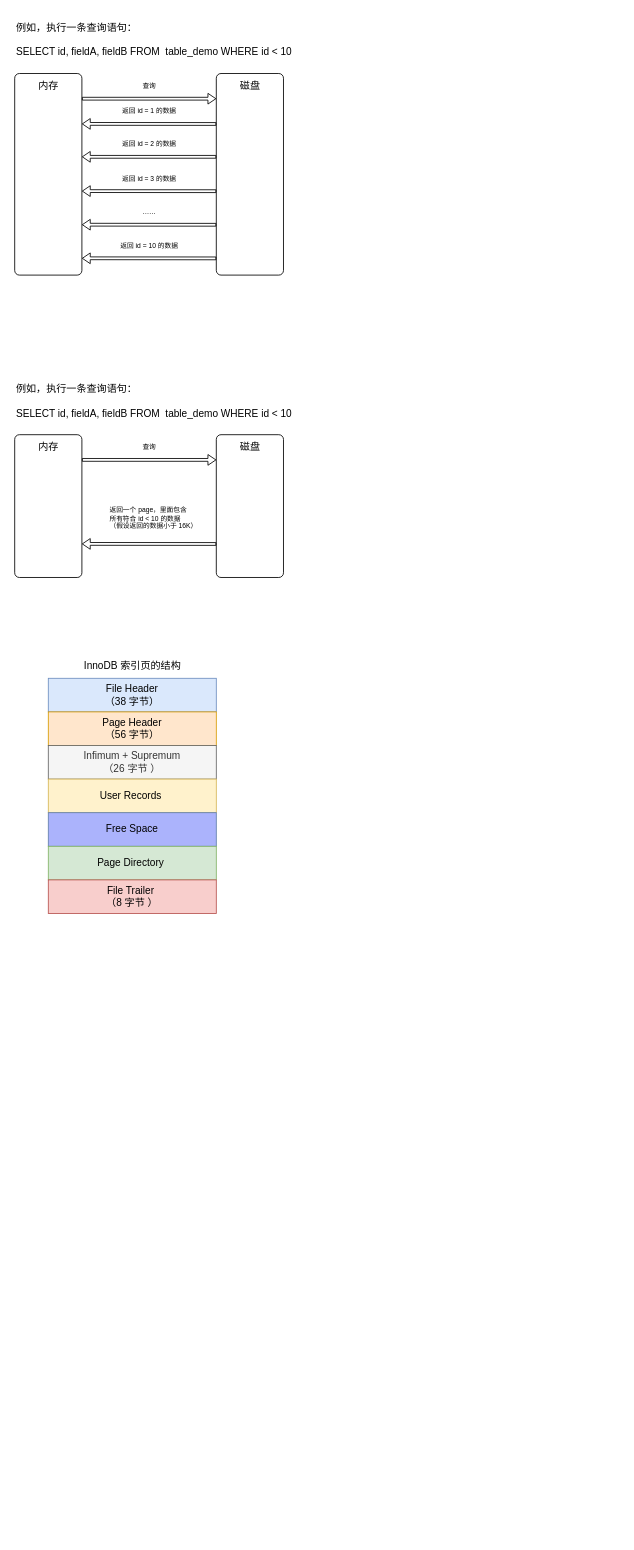
Above: MySQL 的 Page 结构/MySQL 的 Page 结构.drawio in zero-97/picture-of-the-article (draw.io), before the change. Source tidied: cells renumbered, new cells numbered last; positions are measured from the earlier drawing's top-left corner, leaving out a move shared by most shapes. Both pictures are drawn from the tidied source at 84%, with x=0, y=0 at pixel (14, 14).
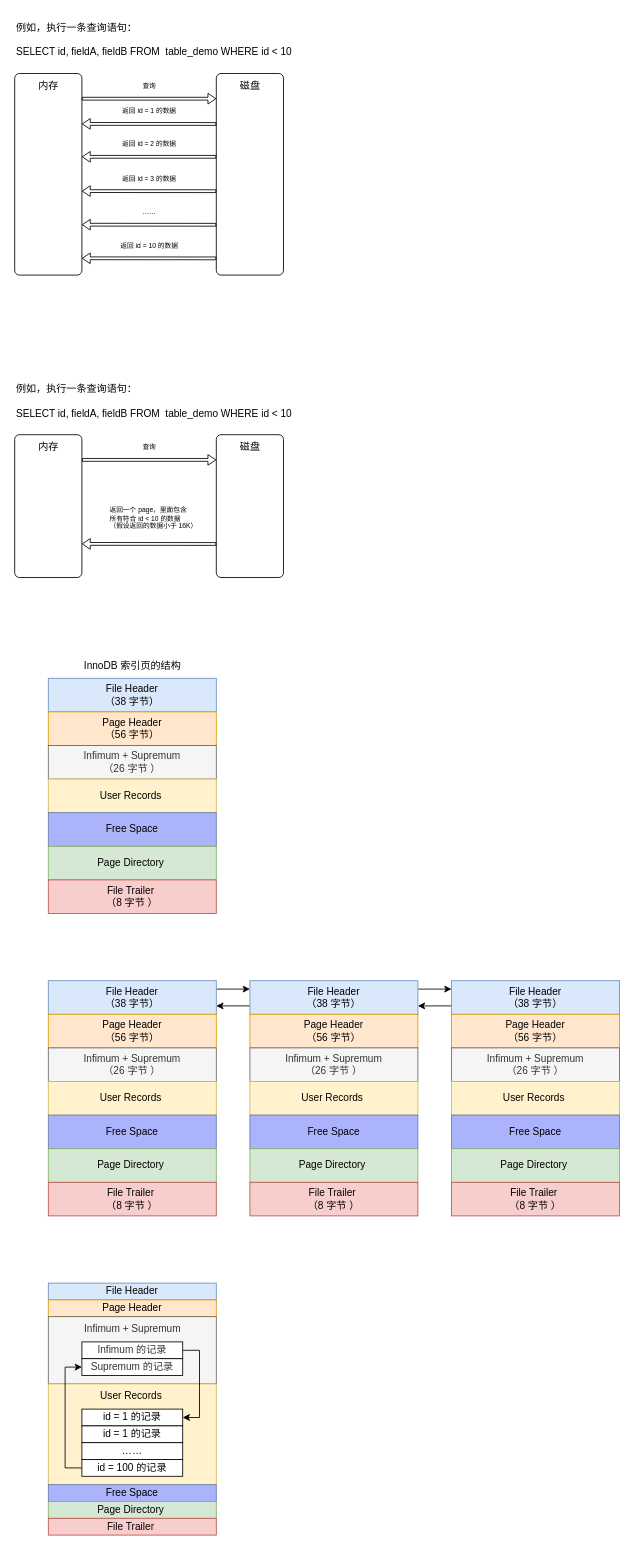
Above is the later version.

The edit, as a diff of the source:
```diff
@@
+    <mxCell id="36" style="edgeStyle=orthogonalEdgeStyle;rounded=0;jettySize=auto;html=1;exitX=1;exitY=0.25;exitDx=0;exitDy=0;entryX=0;entryY=0.25;entryDx=0;entryDy=0;" parent="1" edge="1" source="37" target="46">
+      <mxGeometry relative="1" as="geometry" />
+    </mxCell>
+    <mxCell id="37" value="File Header&lt;br&gt;（38 字节）" style="rounded=0;whiteSpace=wrap;html=1;fillColor=#dae8fc;strokeColor=#6c8ebf;" parent="1" vertex="1">
+      <mxGeometry x="40" y="1150" width="200" height="40" as="geometry" />
+    </mxCell>
+    <mxCell id="38" value="Page Header&lt;br&gt;（56 字节）" style="rounded=0;whiteSpace=wrap;html=1;fillColor=#ffe6cc;strokeColor=#d79b00;" parent="1" vertex="1">
+      <mxGeometry x="40" y="1190" width="200" height="40" as="geometry" />
+    </mxCell>
+    <mxCell id="39" value="Infimum + Supremum&lt;br&gt;（26 字节 ）" style="rounded=0;whiteSpace=wrap;html=1;fillColor=#f5f5f5;fontColor=#333333;strokeColor=#666666;" parent="1" vertex="1">
+      <mxGeometry x="40" y="1230" width="200" height="40" as="geometry" />
+    </mxCell>
+    <mxCell id="40" value="User Records&amp;nbsp;" style="rounded=0;whiteSpace=wrap;html=1;fillColor=#fff2cc;strokeColor=#d6b656;" parent="1" vertex="1">
+      <mxGeometry x="40" y="1270" width="200" height="40" as="geometry" />
+    </mxCell>
+    <mxCell id="41" value="Free Space" style="rounded=0;whiteSpace=wrap;html=1;fillColor=#ABB3FC;strokeColor=#617FAB;" parent="1" vertex="1">
+      <mxGeometry x="40" y="1310" width="200" height="40" as="geometry" />
+    </mxCell>
+    <mxCell id="42" value="Page Directory&amp;nbsp;" style="rounded=0;whiteSpace=wrap;html=1;fillColor=#d5e8d4;strokeColor=#82b366;" parent="1" vertex="1">
+      <mxGeometry x="40" y="1350" width="200" height="40" as="geometry" />
+    </mxCell>
+    <mxCell id="43" value="File Trailer&amp;nbsp;&lt;br&gt;（8 字节 ）" style="rounded=0;whiteSpace=wrap;html=1;fillColor=#f8cecc;strokeColor=#b85450;" parent="1" vertex="1">
+      <mxGeometry x="40" y="1390" width="200" height="40" as="geometry" />
+    </mxCell>
+    <mxCell id="44" style="edgeStyle=orthogonalEdgeStyle;rounded=0;jettySize=auto;html=1;exitX=1;exitY=0.25;exitDx=0;exitDy=0;entryX=0;entryY=0.25;entryDx=0;entryDy=0;" parent="1" edge="1" source="46" target="54">
+      <mxGeometry relative="1" as="geometry" />
+    </mxCell>
+    <mxCell id="45" style="edgeStyle=orthogonalEdgeStyle;rounded=0;jettySize=auto;html=1;entryX=1;entryY=0.75;entryDx=0;entryDy=0;exitX=0;exitY=0.75;exitDx=0;exitDy=0;" parent="1" edge="1" source="46" target="37">
+      <mxGeometry relative="1" as="geometry" />
+    </mxCell>
+    <mxCell id="46" value="File Header&lt;br&gt;（38 字节）" style="rounded=0;whiteSpace=wrap;html=1;fillColor=#dae8fc;strokeColor=#6c8ebf;" parent="1" vertex="1">
+      <mxGeometry x="280" y="1150" width="200" height="40" as="geometry" />
+    </mxCell>
+    <mxCell id="47" value="Page Header&lt;br&gt;（56 字节）" style="rounded=0;whiteSpace=wrap;html=1;fillColor=#ffe6cc;strokeColor=#d79b00;" parent="1" vertex="1">
+      <mxGeometry x="280" y="1190" width="200" height="40" as="geometry" />
+    </mxCell>
+    <mxCell id="48" value="Infimum + Supremum&lt;br&gt;（26 字节 ）" style="rounded=0;whiteSpace=wrap;html=1;fillColor=#f5f5f5;fontColor=#333333;strokeColor=#666666;" parent="1" vertex="1">
+      <mxGeometry x="280" y="1230" width="200" height="40" as="geometry" />
+    </mxCell>
+    <mxCell id="49" value="User Records&amp;nbsp;" style="rounded=0;whiteSpace=wrap;html=1;fillColor=#fff2cc;strokeColor=#d6b656;" parent="1" vertex="1">
+      <mxGeometry x="280" y="1270" width="200" height="40" as="geometry" />
+    </mxCell>
+    <mxCell id="50" value="Free Space" style="rounded=0;whiteSpace=wrap;html=1;fillColor=#ABB3FC;strokeColor=#617FAB;" parent="1" vertex="1">
+      <mxGeometry x="280" y="1310" width="200" height="40" as="geometry" />
+    </mxCell>
+    <mxCell id="51" value="Page Directory&amp;nbsp;" style="rounded=0;whiteSpace=wrap;html=1;fillColor=#d5e8d4;strokeColor=#82b366;" parent="1" vertex="1">
+      <mxGeometry x="280" y="1350" width="200" height="40" as="geometry" />
+    </mxCell>
+    <mxCell id="52" value="File Trailer&amp;nbsp;&lt;br&gt;（8 字节 ）" style="rounded=0;whiteSpace=wrap;html=1;fillColor=#f8cecc;strokeColor=#b85450;" parent="1" vertex="1">
+      <mxGeometry x="280" y="1390" width="200" height="40" as="geometry" />
+    </mxCell>
+    <mxCell id="53" style="edgeStyle=orthogonalEdgeStyle;rounded=0;jettySize=auto;html=1;entryX=1;entryY=0.75;entryDx=0;entryDy=0;exitX=0;exitY=0.75;exitDx=0;exitDy=0;" parent="1" edge="1" source="54" target="46">
+      <mxGeometry relative="1" as="geometry" />
+    </mxCell>
+    <mxCell id="54" value="File Header&lt;br&gt;（38 字节）" style="rounded=0;whiteSpace=wrap;html=1;fillColor=#dae8fc;strokeColor=#6c8ebf;" parent="1" vertex="1">
+      <mxGeometry x="520" y="1150" width="200" height="40" as="geometry" />
+    </mxCell>
+    <mxCell id="55" value="Page Header&lt;br&gt;（56 字节）" style="rounded=0;whiteSpace=wrap;html=1;fillColor=#ffe6cc;strokeColor=#d79b00;" parent="1" vertex="1">
+      <mxGeometry x="520" y="1190" width="200" height="40" as="geometry" />
+    </mxCell>
+    <mxCell id="56" value="Infimum + Supremum&lt;br&gt;（26 字节 ）" style="rounded=0;whiteSpace=wrap;html=1;fillColor=#f5f5f5;fontColor=#333333;strokeColor=#666666;" parent="1" vertex="1">
+      <mxGeometry x="520" y="1230" width="200" height="40" as="geometry" />
+    </mxCell>
+    <mxCell id="57" value="User Records&amp;nbsp;" style="rounded=0;whiteSpace=wrap;html=1;fillColor=#fff2cc;strokeColor=#d6b656;" parent="1" vertex="1">
+      <mxGeometry x="520" y="1270" width="200" height="40" as="geometry" />
+    </mxCell>
+    <mxCell id="58" value="Free Space" style="rounded=0;whiteSpace=wrap;html=1;fillColor=#ABB3FC;strokeColor=#617FAB;" parent="1" vertex="1">
+      <mxGeometry x="520" y="1310" width="200" height="40" as="geometry" />
+    </mxCell>
+    <mxCell id="59" value="Page Directory&amp;nbsp;" style="rounded=0;whiteSpace=wrap;html=1;fillColor=#d5e8d4;strokeColor=#82b366;" parent="1" vertex="1">
+      <mxGeometry x="520" y="1350" width="200" height="40" as="geometry" />
+    </mxCell>
+    <mxCell id="60" value="File Trailer&amp;nbsp;&lt;br&gt;（8 字节 ）" style="rounded=0;whiteSpace=wrap;html=1;fillColor=#f8cecc;strokeColor=#b85450;" parent="1" vertex="1">
+      <mxGeometry x="520" y="1390" width="200" height="40" as="geometry" />
+    </mxCell>
+    <mxCell id="61" value="File Header" style="rounded=0;whiteSpace=wrap;html=1;fillColor=#dae8fc;strokeColor=#6c8ebf;" parent="1" vertex="1">
+      <mxGeometry x="40" y="1510" width="200" height="20" as="geometry" />
+    </mxCell>
+    <mxCell id="62" value="Page Header" style="rounded=0;whiteSpace=wrap;html=1;fillColor=#ffe6cc;strokeColor=#d79b00;" parent="1" vertex="1">
+      <mxGeometry x="40" y="1530" width="200" height="20" as="geometry" />
+    </mxCell>
+    <mxCell id="63" style="rounded=0;whiteSpace=wrap;html=1;fillColor=#f5f5f5;fontColor=#333333;strokeColor=#666666;" parent="1" vertex="1">
+      <mxGeometry x="40" y="1550" width="200" height="80" as="geometry" />
+    </mxCell>
+    <mxCell id="64" style="rounded=0;whiteSpace=wrap;html=1;fillColor=#fff2cc;strokeColor=#d6b656;" parent="1" vertex="1">
+      <mxGeometry x="40" y="1630" width="200" height="120" as="geometry" />
+    </mxCell>
+    <mxCell id="65" value="Free Space" style="rounded=0;whiteSpace=wrap;html=1;fillColor=#ABB3FC;strokeColor=#617FAB;" parent="1" vertex="1">
+      <mxGeometry x="40" y="1750" width="200" height="20" as="geometry" />
+    </mxCell>
+    <mxCell id="66" value="Page Directory&amp;nbsp;" style="rounded=0;whiteSpace=wrap;html=1;fillColor=#d5e8d4;strokeColor=#82b366;" parent="1" vertex="1">
+      <mxGeometry x="40" y="1770" width="200" height="20" as="geometry" />
+    </mxCell>
+    <mxCell id="67" value="File Trailer&amp;nbsp;" style="rounded=0;whiteSpace=wrap;html=1;fillColor=#f8cecc;strokeColor=#b85450;" parent="1" vertex="1">
+      <mxGeometry x="40" y="1790" width="200" height="20" as="geometry" />
+    </mxCell>
+    <mxCell id="68" value="&lt;span style=&quot;color: rgb(51, 51, 51);&quot;&gt;Infimum + Supremum&lt;/span&gt;" style="text;html=1;align=center;verticalAlign=middle;strokeColor=none;fillColor=none;" parent="1" vertex="1">
+      <mxGeometry x="70" y="1550" width="140" height="30" as="geometry" />
+    </mxCell>
+    <mxCell id="69" value="&lt;span style=&quot;&quot;&gt;User Records&amp;nbsp;&lt;/span&gt;" style="text;html=1;align=center;verticalAlign=middle;strokeColor=none;fillColor=none;" parent="1" vertex="1">
+      <mxGeometry x="90" y="1630" width="100" height="30" as="geometry" />
+    </mxCell>
+    <mxCell id="70" value="id = 1 的记录" style="rounded=0;whiteSpace=wrap;html=1;" parent="1" vertex="1">
+      <mxGeometry x="80" y="1660" width="120" height="20" as="geometry" />
+    </mxCell>
+    <mxCell id="71" style="edgeStyle=orthogonalEdgeStyle;rounded=0;jettySize=auto;html=1;entryX=1;entryY=0.5;entryDx=0;entryDy=0;exitX=1;exitY=0.5;exitDx=0;exitDy=0;" parent="1" edge="1" source="72" target="70">
+      <mxGeometry relative="1" as="geometry">
+        <Array as="points">
+          <mxPoint x="220" y="1590" />
+          <mxPoint x="220" y="1670" />
+        </Array>
+      </mxGeometry>
+    </mxCell>
+    <mxCell id="72" value="&lt;span style=&quot;color: rgb(51, 51, 51);&quot;&gt;Infimum 的记录&lt;/span&gt;" style="rounded=0;whiteSpace=wrap;html=1;" parent="1" vertex="1">
+      <mxGeometry x="80" y="1580" width="120" height="20" as="geometry" />
+    </mxCell>
+    <mxCell id="73" value="&lt;span style=&quot;color: rgb(51, 51, 51);&quot;&gt;Supremum&lt;/span&gt;&lt;span style=&quot;color: rgb(51, 51, 51);&quot;&gt;&amp;nbsp;的记录&lt;/span&gt;" style="rounded=0;whiteSpace=wrap;html=1;" parent="1" vertex="1">
+      <mxGeometry x="80" y="1600" width="120" height="20" as="geometry" />
+    </mxCell>
+    <mxCell id="74" value="id = 1 的记录" style="rounded=0;whiteSpace=wrap;html=1;" parent="1" vertex="1">
+      <mxGeometry x="80" y="1680" width="120" height="20" as="geometry" />
+    </mxCell>
+    <mxCell id="75" style="edgeStyle=orthogonalEdgeStyle;rounded=0;jettySize=auto;html=1;entryX=0;entryY=0.5;entryDx=0;entryDy=0;exitX=0;exitY=0.5;exitDx=0;exitDy=0;" parent="1" edge="1" source="76" target="73">
+      <mxGeometry relative="1" as="geometry">
+        <Array as="points">
+          <mxPoint x="60" y="1730" />
+          <mxPoint x="60" y="1610" />
+        </Array>
+      </mxGeometry>
+    </mxCell>
+    <mxCell id="76" value="id = 100 的记录" style="rounded=0;whiteSpace=wrap;html=1;" parent="1" vertex="1">
+      <mxGeometry x="80" y="1720" width="120" height="20" as="geometry" />
+    </mxCell>
+    <mxCell id="77" value="……" style="rounded=0;whiteSpace=wrap;html=1;" parent="1" vertex="1">
+      <mxGeometry x="80" y="1700" width="120" height="20" as="geometry" />
+    </mxCell>
```
